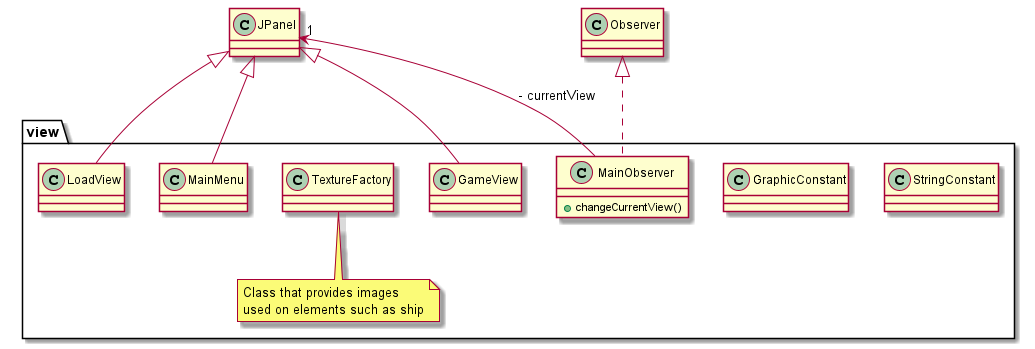
The PlantUML diagram doc/conception/image/class/view.png in Reynault/ShipShop, before a commit. Source of this version:
```plantuml
@startuml

package view{

    class StringConstant{

    }

    class GraphicConstant{

    }

    class MainObserver{
        + changeCurrentView()
    }


    class LoadView{

    }

    class TextureFactory{

    }
    note bottom: Class that provides images\nused on elements such as ship

    class MainMenu{

    }

    class GameView{

    }

}

class Observer{

}

class JPanel{

}

MainObserver .up.|> Observer
MainObserver --> "1" JPanel: - currentView

MainMenu -up-|> JPanel
LoadView -up-|> JPanel
GameView -up-|> JPanel

@enduml
```
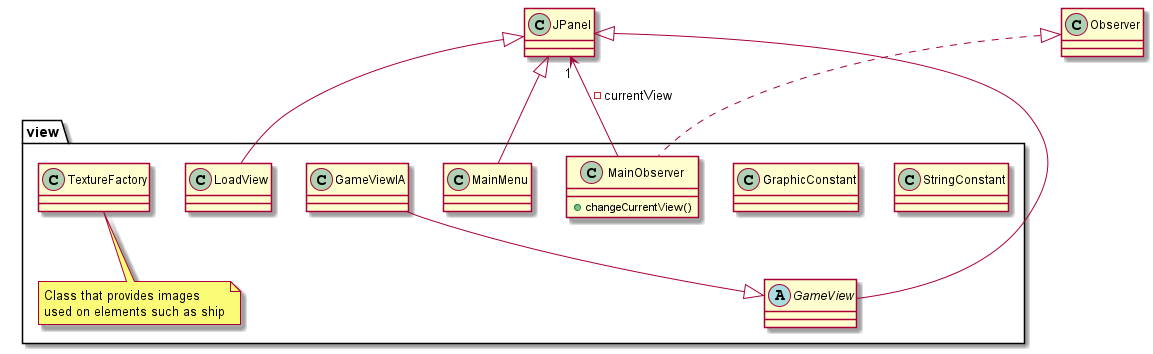
The same file after the commit.

Change to the diagram source:
```diff
@@ -28,7 +28,11 @@
 
     }
 
-    class GameView{
+    abstract GameView{
+
+    }
+
+    class GameViewIA{
 
     }
 
@@ -49,4 +53,6 @@
 LoadView -up-|> JPanel
 GameView -up-|> JPanel
 
+GameViewIA --|> GameView
+
 @enduml
```
